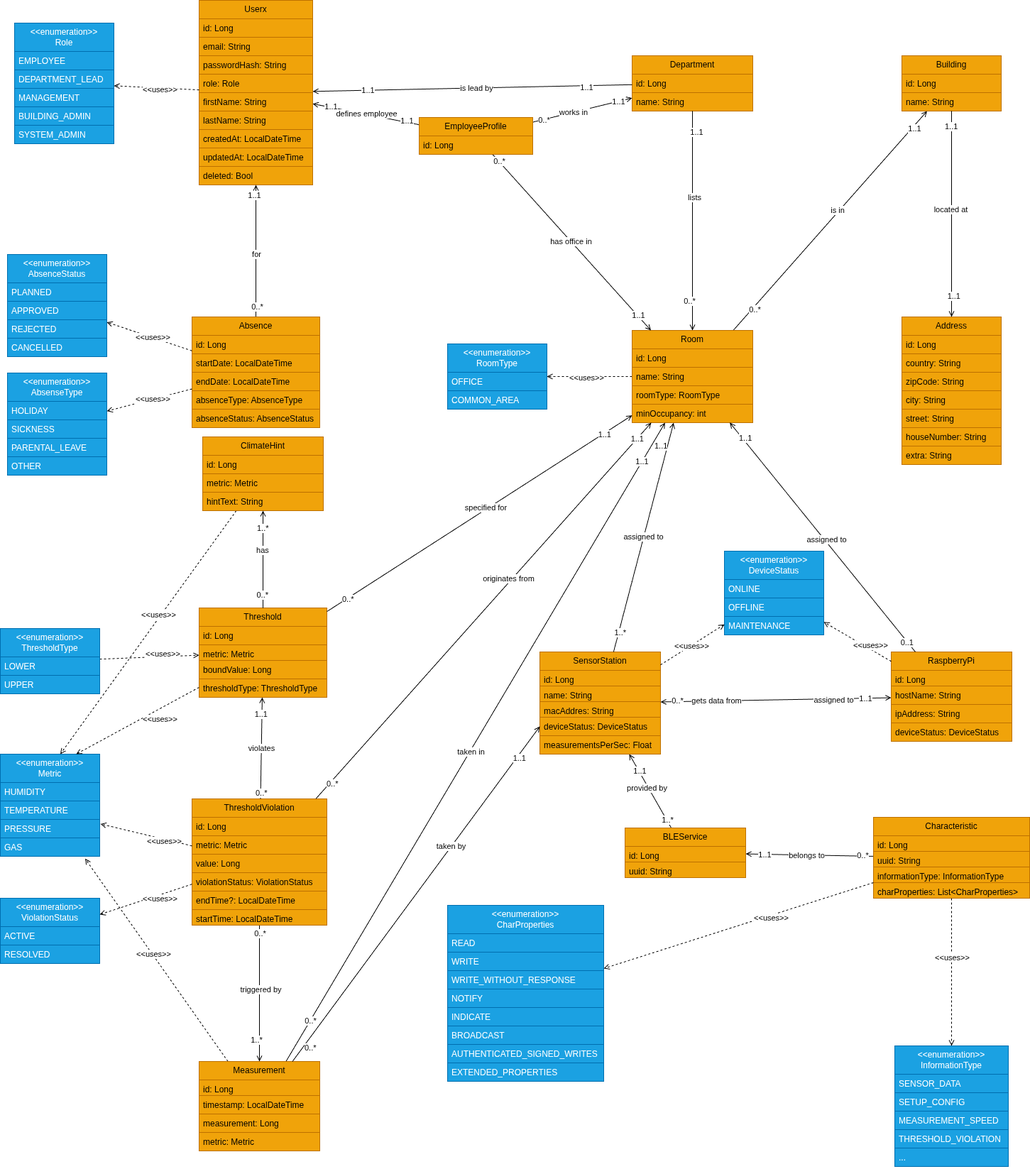
adriano-paganini/ClimateCanary keeps this draw.io diagram as docs/Softwarekonzept_V2/images/climate-canary-webapp-backend.png. Above is the earlier version. Source tidied: cells renumbered, new cells last; positions are measured from the earlier drawing's top-left corner, leaving out a move shared by most shapes.
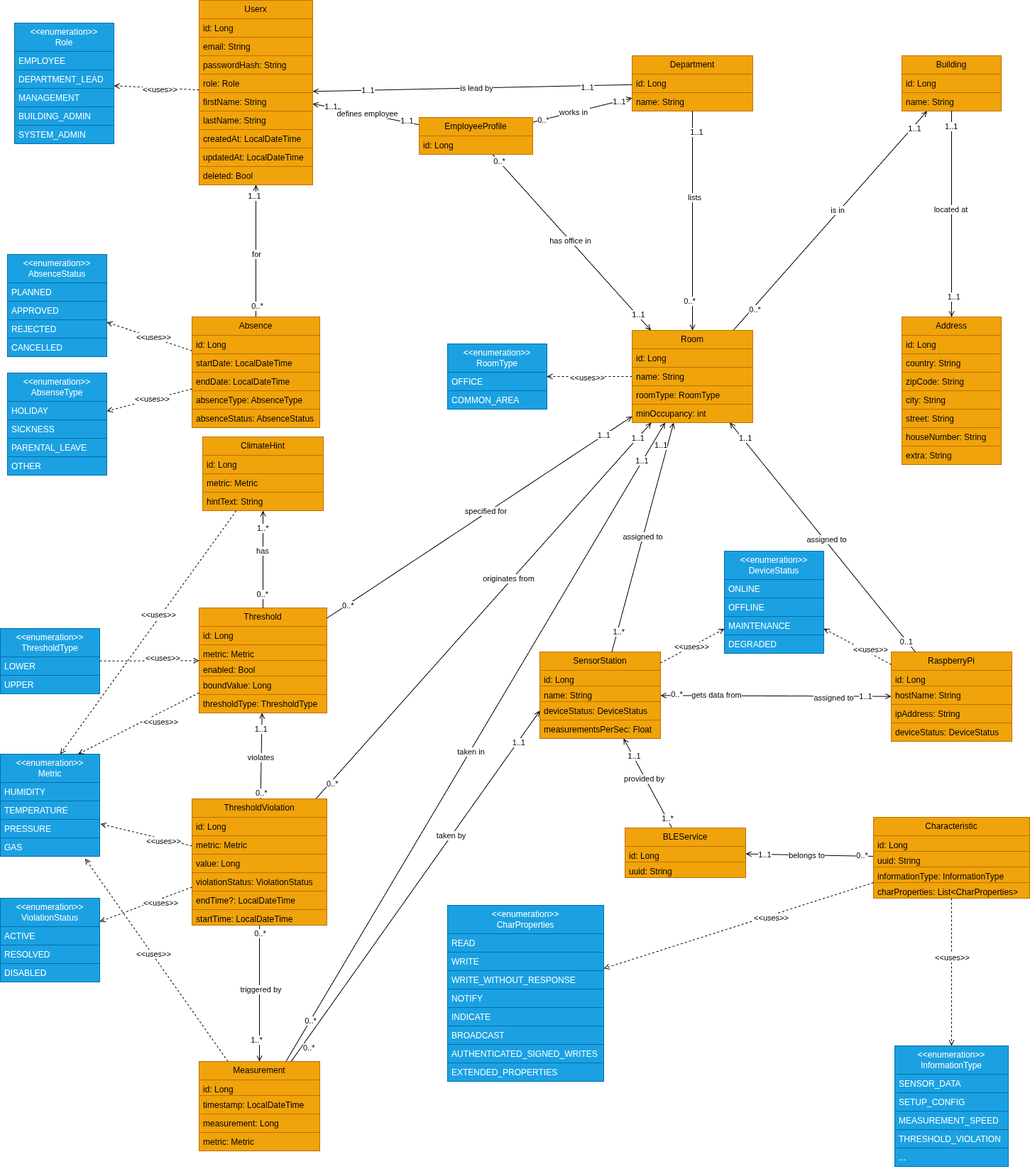
Above is the later version.

The edit, as a diff of the source:
```diff
@@ -265,7 +265,7 @@
       <mxGeometry x="-0.11" y="-2" relative="1" as="geometry" />
     </mxCell>
     <mxCell id="82" value="SensorStation" style="swimlane;fontStyle=0;horizontal=1;startSize=26;fillColor=#f0a30a;whiteSpace=wrap;html=1;fontColor=#000000;strokeColor=#BD7000;" parent="1" vertex="1">
-      <mxGeometry x="760" y="918" width="170" height="144" as="geometry" />
+      <mxGeometry x="760" y="918" width="170" height="122" as="geometry" />
     </mxCell>
     <mxCell id="83" value="id: Long&lt;span style=&quot;color: rgba(0, 0, 0, 0); font-family: monospace; font-size: 0px; text-wrap-mode: nowrap;&quot;&gt;%3CmxGraphModel%3E%3Croot%3E%3CmxCell%20id%3D%220%22%2F%3E%3CmxCell%20id%3D%221%22%20parent%3D%220%22%2F%3E%3CmxCell%20id%3D%222%22%20edge%3D%221%22%20parent%3D%221%22%20style%3D%22rounded%3D0%3BorthogonalLoop%3D1%3BjettySize%3Dauto%3Bhtml%3D1%3Bdashed%3D1%3BendArrow%3Dopen%3BendFill%3D0%3B%22%3E%3CmxGeometry%20relative%3D%221%22%20as%3D%22geometry%22%3E%3CmxPoint%20x%3D%221470%22%20y%3D%22499%22%20as%3D%22sourcePoint%22%2F%3E%3CmxPoint%20x%3D%221580%22%20y%3D%22499%22%20as%3D%22targetPoint%22%2F%3E%3C%2FmxGeometry%3E%3C%2FmxCell%3E%3CmxCell%20id%3D%223%22%20connectable%3D%220%22%20parent%3D%222%22%20style%3D%22edgeLabel%3Bhtml%3D1%3Balign%3Dcenter%3BverticalAlign%3Dmiddle%3Bresizable%3D0%3Bpoints%3D%5B%5D%3B%22%20value%3D%22%26amp%3Blt%3B%26amp%3Blt%3Buses%26amp%3Bgt%3B%26amp%3Bgt%3B%22%20vertex%3D%221%22%3E%3CmxGeometry%20relative%3D%221%22%20x%3D%22-0.1743%22%20y%3D%223%22%20as%3D%22geometry%22%3E%3CmxPoint%20x%3D%2214%22%20y%3D%223%22%20as%3D%22offset%22%2F%3E%3C%2FmxGeometry%3E%3C%2FmxCell%3E%3C%2Froot%3E%3C%2FmxGraphModel%3ELongLongL&lt;/span&gt;" style="text;strokeColor=#BD7000;fillColor=#f0a30a;align=left;verticalAlign=top;spacingLeft=4;spacingRight=4;overflow=hidden;whiteSpace=wrap;html=1;fontColor=#000000;" parent="82" vertex="1">
       <mxGeometry y="26" width="170" height="22" as="geometry" />
@@ -273,14 +273,11 @@
     <mxCell id="84" value="name: String" style="text;strokeColor=#BD7000;fillColor=#f0a30a;align=left;verticalAlign=top;spacingLeft=4;spacingRight=4;overflow=hidden;whiteSpace=wrap;html=1;fontColor=#000000;" parent="82" vertex="1">
       <mxGeometry y="48" width="170" height="22" as="geometry" />
     </mxCell>
-    <mxCell id="85" value="macAddres: String" style="text;strokeColor=#BD7000;fillColor=#f0a30a;align=left;verticalAlign=top;spacingLeft=4;spacingRight=4;overflow=hidden;whiteSpace=wrap;html=1;fontColor=#000000;" parent="82" vertex="1">
-      <mxGeometry y="70" width="170" height="22" as="geometry" />
-    </mxCell>
     <mxCell id="86" value="deviceStatus: DeviceStatus" style="text;strokeColor=#BD7000;fillColor=#f0a30a;align=left;verticalAlign=top;spacingLeft=4;spacingRight=4;overflow=hidden;points=[[0,0.5],[1,0.5]];portConstraint=eastwest;whiteSpace=wrap;html=1;fontColor=#000000;" parent="82" vertex="1">
-      <mxGeometry y="92" width="170" height="26" as="geometry" />
+      <mxGeometry y="70" width="170" height="26" as="geometry" />
     </mxCell>
     <mxCell id="87" value="measurementsPerSec: Float" style="text;strokeColor=#BD7000;fillColor=#f0a30a;align=left;verticalAlign=top;spacingLeft=4;spacingRight=4;overflow=hidden;whiteSpace=wrap;html=1;fontColor=#000000;" parent="82" vertex="1">
-      <mxGeometry y="118" width="170" height="26" as="geometry" />
+      <mxGeometry y="96" width="170" height="26" as="geometry" />
     </mxCell>
     <mxCell id="88" style="rounded=0;jettySize=auto;html=1;endArrow=none;endFill=0;startArrow=open;startFill=0;startSize=6;endSize=15;" parent="1" edge="1" source="98" target="113">
       <mxGeometry relative="1" as="geometry" />
@@ -334,7 +331,7 @@
       <mxGeometry y="100" width="170" height="26" as="geometry" />
     </mxCell>
     <mxCell id="103" value="Threshold" style="swimlane;fontStyle=0;horizontal=1;startSize=26;fillColor=#f0a30a;whiteSpace=wrap;html=1;fontColor=#000000;strokeColor=#BD7000;" parent="1" vertex="1">
-      <mxGeometry x="280" y="856" width="180" height="126" as="geometry" />
+      <mxGeometry x="280" y="856" width="180" height="148" as="geometry" />
     </mxCell>
     <mxCell id="104" value="id: Long" style="text;strokeColor=#BD7000;fillColor=#f0a30a;align=left;verticalAlign=top;spacingLeft=4;spacingRight=4;overflow=hidden;whiteSpace=wrap;html=1;fontColor=#000000;" parent="103" vertex="1">
       <mxGeometry y="26" width="180" height="26" as="geometry" />
@@ -342,11 +339,14 @@
     <mxCell id="105" value="&lt;div&gt;&lt;span style=&quot;background-color: transparent; color: light-dark(rgb(0, 0, 0), rgb(255, 255, 255));&quot;&gt;metric: Metric&lt;/span&gt;&lt;/div&gt;" style="text;strokeColor=#BD7000;fillColor=#f0a30a;align=left;verticalAlign=top;spacingLeft=4;spacingRight=4;overflow=hidden;whiteSpace=wrap;html=1;fontColor=#000000;" parent="103" vertex="1">
       <mxGeometry y="52" width="180" height="22" as="geometry" />
     </mxCell>
+    <mxCell id="237" value="&lt;div&gt;&lt;span style=&quot;background-color: transparent; color: light-dark(rgb(0, 0, 0), rgb(255, 255, 255));&quot;&gt;enabled: Bool&lt;/span&gt;&lt;/div&gt;" style="text;strokeColor=#BD7000;fillColor=#f0a30a;align=left;verticalAlign=top;spacingLeft=4;spacingRight=4;overflow=hidden;whiteSpace=wrap;html=1;fontColor=#000000;" parent="103" vertex="1">
+      <mxGeometry y="74" width="180" height="22" as="geometry" />
+    </mxCell>
     <mxCell id="106" value="boundValue: Long" style="text;strokeColor=#BD7000;fillColor=#f0a30a;align=left;verticalAlign=top;spacingLeft=4;spacingRight=4;overflow=hidden;whiteSpace=wrap;html=1;fontColor=#000000;" parent="103" vertex="1">
-      <mxGeometry y="74" width="180" height="26" as="geometry" />
+      <mxGeometry y="96" width="180" height="26" as="geometry" />
     </mxCell>
     <mxCell id="107" value="thresholdType: ThresholdType" style="text;strokeColor=#BD7000;fillColor=#f0a30a;align=left;verticalAlign=top;spacingLeft=4;spacingRight=4;overflow=hidden;whiteSpace=wrap;html=1;fontColor=#000000;" parent="103" vertex="1">
-      <mxGeometry y="100" width="180" height="26" as="geometry" />
+      <mxGeometry y="122" width="180" height="26" as="geometry" />
     </mxCell>
     <mxCell id="108" value="&lt;div&gt;&amp;lt;&amp;lt;enumeration&amp;gt;&amp;gt;&lt;/div&gt;Metric" style="swimlane;fontStyle=0;horizontal=1;startSize=40;fillColor=#1ba1e2;whiteSpace=wrap;html=1;fontColor=#ffffff;strokeColor=#006EAF;" parent="1" vertex="1" collapsed="1">
       <mxGeometry y="1062" width="140" height="40" as="geometry" />
@@ -389,7 +389,7 @@
       <mxGeometry y="156" width="190" height="22" as="geometry" />
     </mxCell>
     <mxCell id="120" value="&lt;div&gt;&amp;lt;&amp;lt;enumeration&amp;gt;&amp;gt;&lt;/div&gt;DeviceStatus" style="swimlane;fontStyle=0;horizontal=1;startSize=40;fillColor=#1ba1e2;whiteSpace=wrap;html=1;fontColor=#ffffff;strokeColor=#006EAF;" parent="1" vertex="1">
-      <mxGeometry x="1020" y="776" width="140" height="118" as="geometry" />
+      <mxGeometry x="1020" y="776" width="140" height="144" as="geometry" />
     </mxCell>
     <mxCell id="121" value="ONLINE" style="text;strokeColor=#006EAF;fillColor=#1ba1e2;align=left;verticalAlign=top;spacingLeft=4;spacingRight=4;overflow=hidden;whiteSpace=wrap;html=1;fontColor=#ffffff;" parent="120" vertex="1">
       <mxGeometry y="40" width="140" height="26" as="geometry" />
@@ -400,8 +400,11 @@
     <mxCell id="123" value="MAINTENANCE" style="text;strokeColor=#006EAF;fillColor=#1ba1e2;align=left;verticalAlign=top;spacingLeft=4;spacingRight=4;overflow=hidden;whiteSpace=wrap;html=1;fontColor=#ffffff;" parent="120" vertex="1">
       <mxGeometry y="92" width="140" height="26" as="geometry" />
     </mxCell>
+    <mxCell id="238" value="DEGRADED" style="text;strokeColor=#006EAF;fillColor=#1ba1e2;align=left;verticalAlign=top;spacingLeft=4;spacingRight=4;overflow=hidden;whiteSpace=wrap;html=1;fontColor=#ffffff;" parent="120" vertex="1">
+      <mxGeometry y="118" width="140" height="26" as="geometry" />
+    </mxCell>
     <mxCell id="124" value="&lt;div&gt;&amp;lt;&amp;lt;enumeration&amp;gt;&amp;gt;&lt;/div&gt;ViolationStatus" style="swimlane;fontStyle=0;horizontal=1;startSize=40;fillColor=#1ba1e2;whiteSpace=wrap;html=1;fontColor=#ffffff;strokeColor=#006EAF;" parent="1" vertex="1">
-      <mxGeometry y="1265" width="140" height="92" as="geometry" />
+      <mxGeometry y="1265" width="140" height="118" as="geometry" />
     </mxCell>
     <mxCell id="125" value="ACTIVE" style="text;strokeColor=#006EAF;fillColor=#1ba1e2;align=left;verticalAlign=top;spacingLeft=4;spacingRight=4;overflow=hidden;whiteSpace=wrap;html=1;fontColor=#ffffff;" parent="124" vertex="1">
       <mxGeometry y="40" width="140" height="26" as="geometry" />
@@ -409,6 +412,9 @@
     <mxCell id="126" value="RESOLVED" style="text;strokeColor=#006EAF;fillColor=#1ba1e2;align=left;verticalAlign=top;spacingLeft=4;spacingRight=4;overflow=hidden;whiteSpace=wrap;html=1;fontColor=#ffffff;" parent="124" vertex="1">
       <mxGeometry y="66" width="140" height="26" as="geometry" />
     </mxCell>
+    <mxCell id="239" value="DISABLED" style="text;strokeColor=#006EAF;fillColor=#1ba1e2;align=left;verticalAlign=top;spacingLeft=4;spacingRight=4;overflow=hidden;whiteSpace=wrap;html=1;fontColor=#ffffff;" parent="124" vertex="1">
+      <mxGeometry y="92" width="140" height="26" as="geometry" />
+    </mxCell>
     <mxCell id="127" style="endArrow=open;html=1;rounded=0;startArrow=none;startFill=0;endFill=0;endSize=6;startSize=15;" parent="1" edge="1" source="113" target="61">
       <mxGeometry relative="1" as="geometry" />
     </mxCell>
```
